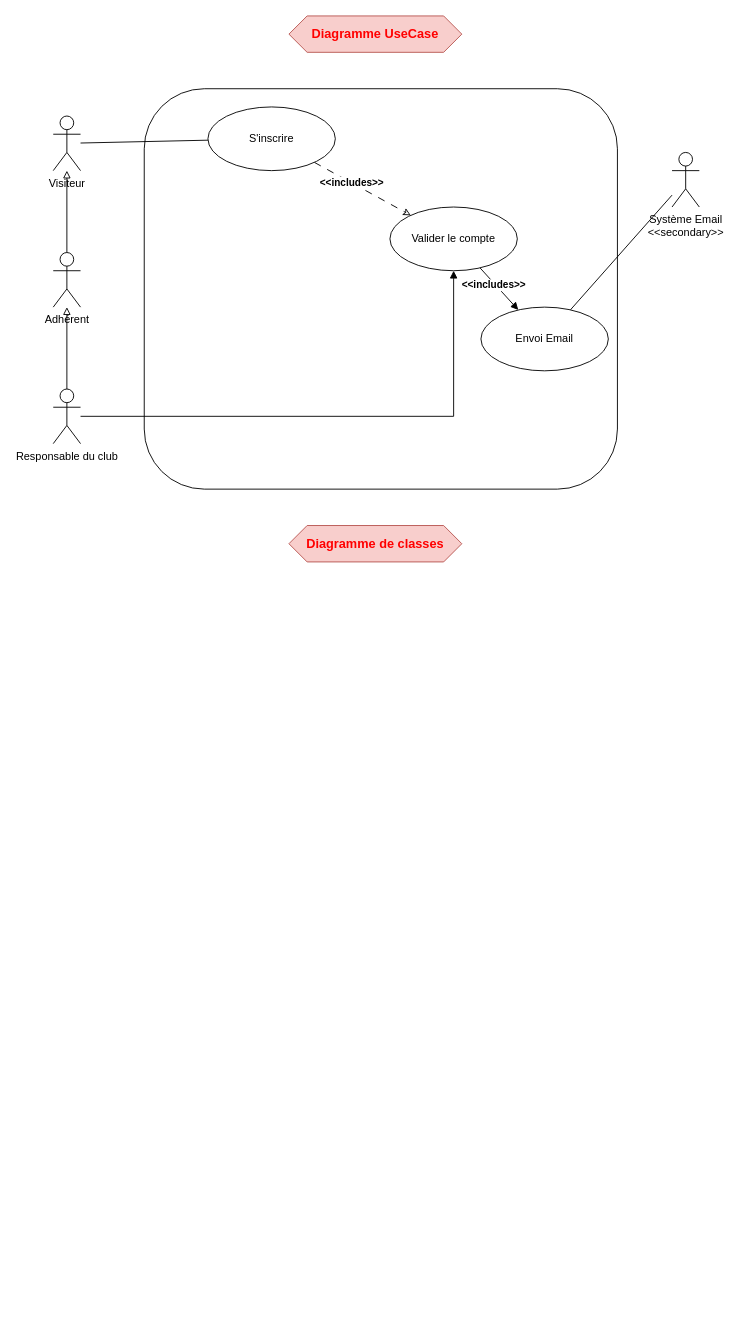
Before: TP3/TP_3_UML_Exercice_2.drawio in Mzk-Ali/EXO_M2I_UML, a draw.io diagram. Source tidied: cells renumbered, new cells numbered last; positions are measured from the earlier drawing's top-left corner, leaving out a move shared by most shapes. Both pictures are drawn from the tidied source at 91%, with x=0, y=0 at pixel (53, 15).
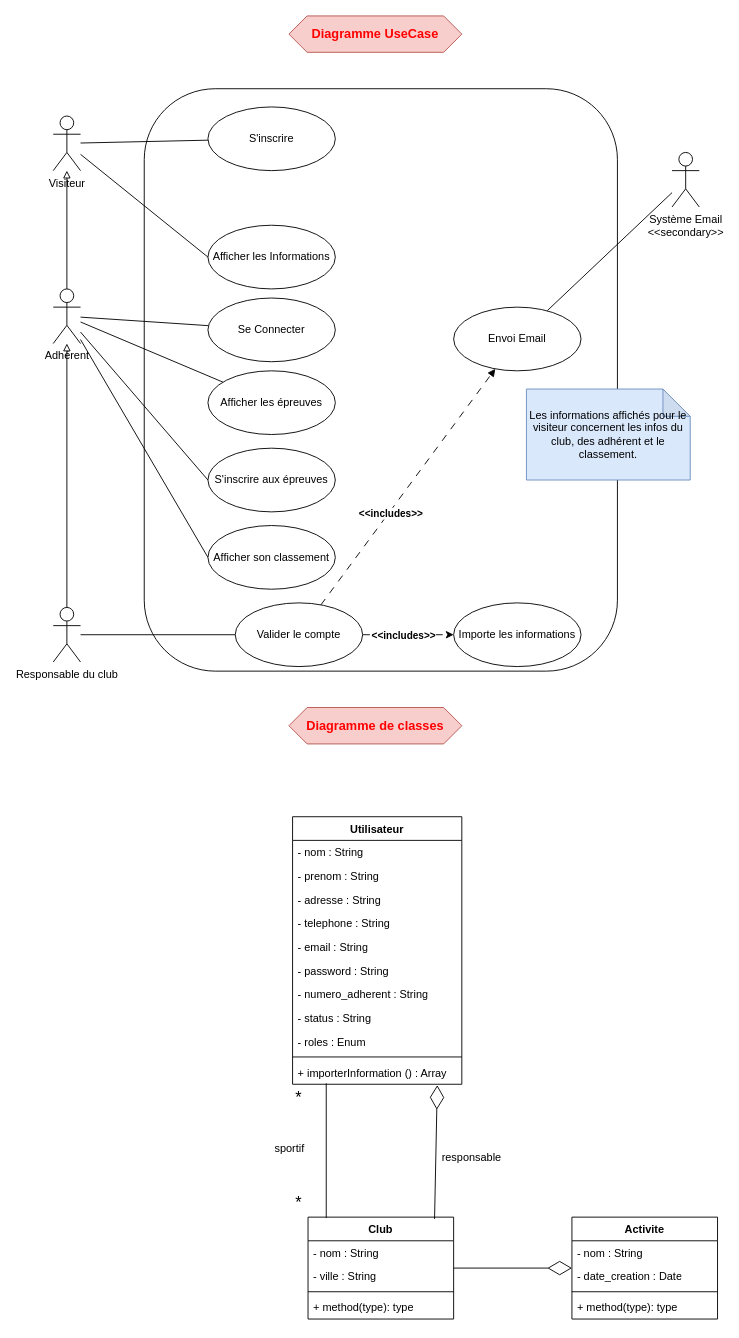
After the change.

Commit message (it also covers changes not shown here):
Mettre à jour TP_3_UML_Exercice_2.drawio

The change refers to these unchanged cells:
```xml
<mxCell id="6" value="Visiteur" style="shape=umlActor;verticalLabelPosition=bottom;verticalAlign=top;html=1;outlineConnect=0;" parent="1" vertex="1">
  <mxGeometry y="110" width="30" height="60" as="geometry" />
</mxCell>
<mxCell id="16" value="S'inscrire" style="ellipse;whiteSpace=wrap;html=1;" parent="1" vertex="1">
  <mxGeometry x="170" y="100" width="140" height="70" as="geometry" />
</mxCell>
```

What changed in the source:
```diff
@@
     <mxCell id="3" style="rounded=1;whiteSpace=wrap;html=1;" parent="1" vertex="1">
-      <mxGeometry x="100" y="80" width="520" height="440" as="geometry" />
+      <mxGeometry x="100" y="80" width="520" height="640" as="geometry" />
     </mxCell>
     <mxCell id="4" value="&lt;font style=&quot;color: light-dark(rgb(255, 0, 0), rgb(237, 237, 237)); font-size: 14px;&quot;&gt;&lt;b style=&quot;&quot;&gt;Diagramme de classes&lt;/b&gt;&lt;/font&gt;" style="shape=hexagon;perimeter=hexagonPerimeter2;whiteSpace=wrap;html=1;fixedSize=1;fillColor=#f8cecc;strokeColor=#b85450;" parent="1" vertex="1">
-      <mxGeometry x="259" y="560" width="190" height="40" as="geometry" />
+      <mxGeometry x="259" y="760" width="190" height="40" as="geometry" />
     </mxCell>
@@
+    <mxCell id="21" style="rounded=0;jettySize=auto;html=1;endArrow=none;startFill=0;entryX=0;entryY=0.5;entryDx=0;entryDy=0;" parent="1" edge="1" source="6" target="31">
+      <mxGeometry relative="1" as="geometry" />
+    </mxCell>
@@
+    <mxCell id="22" style="rounded=0;jettySize=auto;html=1;endArrow=none;startFill=0;" parent="1" edge="1" source="8" target="28">
+      <mxGeometry relative="1" as="geometry" />
+    </mxCell>
+    <mxCell id="23" style="rounded=0;jettySize=auto;html=1;endArrow=none;startFill=0;" parent="1" edge="1" source="8" target="30">
+      <mxGeometry relative="1" as="geometry" />
+    </mxCell>
+    <mxCell id="24" style="rounded=0;jettySize=auto;html=1;entryX=0;entryY=0.5;entryDx=0;entryDy=0;endArrow=none;startFill=0;" parent="1" edge="1" source="8" target="27">
+      <mxGeometry relative="1" as="geometry" />
+    </mxCell>
+    <mxCell id="25" style="rounded=0;jettySize=auto;html=1;endArrow=none;startFill=0;entryX=0;entryY=0.5;entryDx=0;entryDy=0;" parent="1" edge="1" source="8" target="29">
+      <mxGeometry relative="1" as="geometry" />
+    </mxCell>
     <mxCell id="8" value="Adhérent" style="shape=umlActor;verticalLabelPosition=bottom;verticalAlign=top;html=1;outlineConnect=0;" parent="1" vertex="1">
-      <mxGeometry y="260" width="30" height="60" as="geometry" />
+      <mxGeometry y="300" width="30" height="60" as="geometry" />
     </mxCell>
@@
-    <mxCell id="10" style="edgeStyle=orthogonalEdgeStyle;rounded=0;jettySize=auto;html=1;endArrow=block;endFill=1;" parent="1" edge="1" source="11" target="19">
+    <mxCell id="10" style="rounded=0;jettySize=auto;html=1;endArrow=none;endFill=1;startFill=0;" parent="1" edge="1" source="11" target="19">
       <mxGeometry relative="1" as="geometry" />
     </mxCell>
     <mxCell id="11" value="Responsable du club" style="shape=umlActor;verticalLabelPosition=bottom;verticalAlign=top;html=1;outlineConnect=0;" parent="1" vertex="1">
-      <mxGeometry y="410" width="30" height="60" as="geometry" />
+      <mxGeometry y="650" width="30" height="60" as="geometry" />
     </mxCell>
@@
-    <mxCell id="14" style="rounded=0;jettySize=auto;html=1;endArrow=classic;endFill=0;dashed=1;dashPattern=8 8;" parent="1" edge="1" source="16" target="19">
-      <mxGeometry relative="1" as="geometry" />
-    </mxCell>
-    <mxCell id="15" value="&lt;b&gt;&amp;lt;&amp;lt;includes&amp;gt;&amp;gt;&lt;/b&gt;" style="edgeLabel;html=1;align=center;verticalAlign=middle;" parent="14" vertex="1">
-      <mxGeometry x="-0.23" y="1" relative="1" as="geometry">
-        <mxPoint x="-1" as="offset" />
-      </mxGeometry>
-    </mxCell>
@@
-    <mxCell id="17" style="rounded=0;jettySize=auto;html=1;endArrow=block;endFill=1;" parent="1" edge="1" source="19" target="20">
+    <mxCell id="17" style="rounded=0;jettySize=auto;html=1;endArrow=block;endFill=1;dashed=1;dashPattern=8 8;" parent="1" edge="1" source="19" target="20">
       <mxGeometry relative="1" as="geometry" />
     </mxCell>
@@
+    <mxCell id="26" style="edgeStyle=orthogonalEdgeStyle;rounded=0;jettySize=auto;html=1;endArrow=classic;endFill=1;dashed=1;dashPattern=8 8;" parent="1" edge="1" source="19" target="33">
+      <mxGeometry relative="1" as="geometry" />
+    </mxCell>
+    <mxCell id="15" value="&lt;b&gt;&amp;lt;&amp;lt;includes&amp;gt;&amp;gt;&lt;/b&gt;" style="edgeLabel;html=1;align=center;verticalAlign=middle;" parent="26" vertex="1">
+      <mxGeometry x="-0.12" relative="1" as="geometry" />
+    </mxCell>
     <mxCell id="19" value="Valider le compte" style="ellipse;whiteSpace=wrap;html=1;" parent="1" vertex="1">
-      <mxGeometry x="370" y="210" width="140" height="70" as="geometry" />
+      <mxGeometry x="200" y="645" width="140" height="70" as="geometry" />
     </mxCell>
     <mxCell id="20" value="Envoi Email" style="ellipse;whiteSpace=wrap;html=1;" parent="1" vertex="1">
-      <mxGeometry x="470" y="320" width="140" height="70" as="geometry" />
+      <mxGeometry x="440" y="320" width="140" height="70" as="geometry" />
     </mxCell>
+    <mxCell id="27" value="Afficher son classement" style="ellipse;whiteSpace=wrap;html=1;" parent="1" vertex="1">
+      <mxGeometry x="170" y="560" width="140" height="70" as="geometry" />
+    </mxCell>
+    <mxCell id="28" value="Se Connecter" style="ellipse;whiteSpace=wrap;html=1;" parent="1" vertex="1">
+      <mxGeometry x="170" y="310" width="140" height="70" as="geometry" />
+    </mxCell>
+    <mxCell id="29" value="S'inscrire aux épreuves" style="ellipse;whiteSpace=wrap;html=1;" parent="1" vertex="1">
+      <mxGeometry x="170" y="475" width="140" height="70" as="geometry" />
+    </mxCell>
+    <mxCell id="30" value="Afficher les épreuves" style="ellipse;whiteSpace=wrap;html=1;" parent="1" vertex="1">
+      <mxGeometry x="170" y="390" width="140" height="70" as="geometry" />
+    </mxCell>
+    <mxCell id="31" value="Afficher les Informations" style="ellipse;whiteSpace=wrap;html=1;" parent="1" vertex="1">
+      <mxGeometry x="170" y="230" width="140" height="70" as="geometry" />
+    </mxCell>
+    <mxCell id="32" value="Les informations affichés pour le visiteur concernent les infos du club, des adhérent et le classement." style="shape=note;whiteSpace=wrap;html=1;backgroundOutline=1;darkOpacity=0.05;fillColor=#dae8fc;strokeColor=#6c8ebf;" parent="1" vertex="1">
+      <mxGeometry x="520" y="410" width="180" height="100" as="geometry" />
+    </mxCell>
+    <mxCell id="33" value="Importe les informations" style="ellipse;whiteSpace=wrap;html=1;" parent="1" vertex="1">
+      <mxGeometry x="440" y="645" width="140" height="70" as="geometry" />
+    </mxCell>
+    <mxCell id="34" value="Utilisateur" style="swimlane;fontStyle=1;align=center;verticalAlign=top;horizontal=1;startSize=26;whiteSpace=wrap;html=1;" parent="1" vertex="1">
+      <mxGeometry x="263" y="880" width="186" height="294" as="geometry" />
+    </mxCell>
+    <mxCell id="35" value="- nom : String" style="text;strokeColor=none;fillColor=none;align=left;verticalAlign=top;spacingLeft=4;spacingRight=4;overflow=hidden;whiteSpace=wrap;html=1;" parent="34" vertex="1">
+      <mxGeometry y="26" width="186" height="26" as="geometry" />
+    </mxCell>
+    <mxCell id="36" value="- prenom : String" style="text;strokeColor=none;fillColor=none;align=left;verticalAlign=top;spacingLeft=4;spacingRight=4;overflow=hidden;whiteSpace=wrap;html=1;" parent="34" vertex="1">
+      <mxGeometry y="52" width="186" height="26" as="geometry" />
+    </mxCell>
+    <mxCell id="37" value="- adresse : String" style="text;strokeColor=none;fillColor=none;align=left;verticalAlign=top;spacingLeft=4;spacingRight=4;overflow=hidden;whiteSpace=wrap;html=1;" parent="34" vertex="1">
+      <mxGeometry y="78" width="186" height="26" as="geometry" />
+    </mxCell>
+    <mxCell id="38" value="- telephone : String" style="text;strokeColor=none;fillColor=none;align=left;verticalAlign=top;spacingLeft=4;spacingRight=4;overflow=hidden;whiteSpace=wrap;html=1;" parent="34" vertex="1">
+      <mxGeometry y="104" width="186" height="26" as="geometry" />
+    </mxCell>
+    <mxCell id="39" value="- email : String" style="text;strokeColor=none;fillColor=none;align=left;verticalAlign=top;spacingLeft=4;spacingRight=4;overflow=hidden;whiteSpace=wrap;html=1;" parent="34" vertex="1">
+      <mxGeometry y="130" width="186" height="26" as="geometry" />
+    </mxCell>
+    <mxCell id="40" value="- password : String" style="text;strokeColor=none;fillColor=none;align=left;verticalAlign=top;spacingLeft=4;spacingRight=4;overflow=hidden;whiteSpace=wrap;html=1;" parent="34" vertex="1">
+      <mxGeometry y="156" width="186" height="26" as="geometry" />
+    </mxCell>
+    <mxCell id="41" value="- numero_adherent : String" style="text;strokeColor=none;fillColor=none;align=left;verticalAlign=top;spacingLeft=4;spacingRight=4;overflow=hidden;whiteSpace=wrap;html=1;" parent="34" vertex="1">
+      <mxGeometry y="182" width="186" height="26" as="geometry" />
+    </mxCell>
+    <mxCell id="42" value="- status : String" style="text;strokeColor=none;fillColor=none;align=left;verticalAlign=top;spacingLeft=4;spacingRight=4;overflow=hidden;whiteSpace=wrap;html=1;" parent="34" vertex="1">
+      <mxGeometry y="208" width="186" height="26" as="geometry" />
+    </mxCell>
+    <mxCell id="43" value="- roles : Enum" style="text;strokeColor=none;fillColor=none;align=left;verticalAlign=top;spacingLeft=4;spacingRight=4;overflow=hidden;whiteSpace=wrap;html=1;" parent="34" vertex="1">
+      <mxGeometry y="234" width="186" height="26" as="geometry" />
+    </mxCell>
+    <mxCell id="44" style="line;strokeWidth=1;fillColor=none;align=left;verticalAlign=middle;spacingTop=-1;spacingLeft=3;spacingRight=3;labelPosition=right;strokeColor=inherit;" parent="34" vertex="1">
+      <mxGeometry y="260" width="186" height="8" as="geometry" />
+    </mxCell>
+    <mxCell id="45" value="+ importerInformation () : Array" style="text;strokeColor=none;fillColor=none;align=left;verticalAlign=top;spacingLeft=4;spacingRight=4;overflow=hidden;points=[[0,0.5],[1,0.5]];portConstraint=eastwest;whiteSpace=wrap;html=1;" parent="34" vertex="1">
+      <mxGeometry y="268" width="186" height="26" as="geometry" />
+    </mxCell>
+    <mxCell id="46" value="Club" style="swimlane;fontStyle=1;align=center;verticalAlign=top;horizontal=1;startSize=26;whiteSpace=wrap;html=1;" parent="1" vertex="1">
+      <mxGeometry x="280" y="1320" width="160" height="112" as="geometry" />
+    </mxCell>
+    <mxCell id="47" value="- nom : String" style="text;strokeColor=none;fillColor=none;align=left;verticalAlign=top;spacingLeft=4;spacingRight=4;overflow=hidden;whiteSpace=wrap;html=1;" parent="46" vertex="1">
+      <mxGeometry y="26" width="160" height="26" as="geometry" />
+    </mxCell>
+    <mxCell id="48" value="- ville : String" style="text;strokeColor=none;fillColor=none;align=left;verticalAlign=top;spacingLeft=4;spacingRight=4;overflow=hidden;whiteSpace=wrap;html=1;" parent="46" vertex="1">
+      <mxGeometry y="52" width="160" height="26" as="geometry" />
+    </mxCell>
+    <mxCell id="49" style="line;strokeWidth=1;fillColor=none;align=left;verticalAlign=middle;spacingTop=-1;spacingLeft=3;spacingRight=3;labelPosition=right;strokeColor=inherit;" parent="46" vertex="1">
+      <mxGeometry y="78" width="160" height="8" as="geometry" />
+    </mxCell>
+    <mxCell id="50" value="+ method(type): type" style="text;strokeColor=none;fillColor=none;align=left;verticalAlign=top;spacingLeft=4;spacingRight=4;overflow=hidden;whiteSpace=wrap;html=1;" parent="46" vertex="1">
+      <mxGeometry y="86" width="160" height="26" as="geometry" />
+    </mxCell>
+    <mxCell id="51" value="Activite" style="swimlane;fontStyle=1;align=center;verticalAlign=top;horizontal=1;startSize=26;whiteSpace=wrap;html=1;" parent="1" vertex="1">
+      <mxGeometry x="570" y="1320" width="160" height="112" as="geometry" />
+    </mxCell>
+    <mxCell id="52" value="- nom : String" style="text;strokeColor=none;fillColor=none;align=left;verticalAlign=top;spacingLeft=4;spacingRight=4;overflow=hidden;whiteSpace=wrap;html=1;" parent="51" vertex="1">
+      <mxGeometry y="26" width="160" height="26" as="geometry" />
+    </mxCell>
+    <mxCell id="53" value="- date_creation : Date" style="text;strokeColor=none;fillColor=none;align=left;verticalAlign=top;spacingLeft=4;spacingRight=4;overflow=hidden;whiteSpace=wrap;html=1;" parent="51" vertex="1">
+      <mxGeometry y="52" width="160" height="26" as="geometry" />
+    </mxCell>
+    <mxCell id="54" style="line;strokeWidth=1;fillColor=none;align=left;verticalAlign=middle;spacingTop=-1;spacingLeft=3;spacingRight=3;labelPosition=right;strokeColor=inherit;" parent="51" vertex="1">
+      <mxGeometry y="78" width="160" height="8" as="geometry" />
+    </mxCell>
+    <mxCell id="55" value="+ method(type): type" style="text;strokeColor=none;fillColor=none;align=left;verticalAlign=top;spacingLeft=4;spacingRight=4;overflow=hidden;whiteSpace=wrap;html=1;" parent="51" vertex="1">
+      <mxGeometry y="86" width="160" height="26" as="geometry" />
+    </mxCell>
+    <mxCell id="56" style="endArrow=diamondThin;endFill=0;endSize=24;html=1;rounded=0;" parent="1" edge="1" source="46" target="51">
+      <mxGeometry relative="1" as="geometry" />
+    </mxCell>
+    <mxCell id="57" style="rounded=0;jettySize=auto;html=1;entryX=0.125;entryY=0.009;entryDx=0;entryDy=0;entryPerimeter=0;endArrow=none;startFill=0;exitX=0.199;exitY=0.962;exitDx=0;exitDy=0;exitPerimeter=0;" parent="1" edge="1" source="45" target="46">
+      <mxGeometry relative="1" as="geometry" />
+    </mxCell>
+    <mxCell id="58" value="responsable" style="text;html=1;align=center;verticalAlign=middle;whiteSpace=wrap;rounded=0;" parent="1" vertex="1">
+      <mxGeometry x="430" y="1240" width="60" height="30" as="geometry" />
+    </mxCell>
+    <mxCell id="59" style="endArrow=diamondThin;endFill=0;endSize=24;html=1;rounded=0;exitX=0.869;exitY=0.018;exitDx=0;exitDy=0;exitPerimeter=0;entryX=0.855;entryY=1.038;entryDx=0;entryDy=0;entryPerimeter=0;" parent="1" edge="1" source="46" target="45">
+      <mxGeometry relative="1" as="geometry" />
+    </mxCell>
+    <mxCell id="60" value="sportif" style="text;html=1;align=center;verticalAlign=middle;whiteSpace=wrap;rounded=0;" parent="1" vertex="1">
+      <mxGeometry x="230" y="1230" width="60" height="30" as="geometry" />
+    </mxCell>
+    <mxCell id="61" value="&lt;font style=&quot;font-size: 18px;&quot;&gt;*&lt;/font&gt;" style="text;html=1;align=center;verticalAlign=middle;whiteSpace=wrap;rounded=0;" parent="1" vertex="1">
+      <mxGeometry x="240" y="1290" width="60" height="30" as="geometry" />
+    </mxCell>
+    <mxCell id="62" value="&lt;font style=&quot;font-size: 18px;&quot;&gt;*&lt;/font&gt;" style="text;html=1;align=center;verticalAlign=middle;whiteSpace=wrap;rounded=0;" parent="1" vertex="1">
+      <mxGeometry x="240" y="1174" width="60" height="30" as="geometry" />
+    </mxCell>
```
